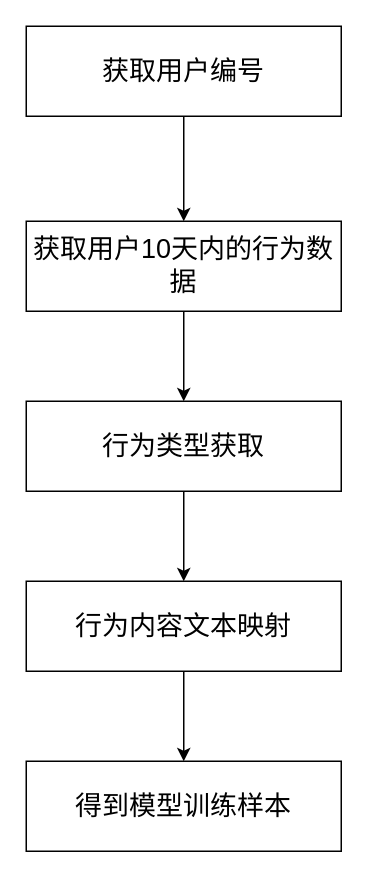
Earlier version of the draw.io diagram testDirectory/样本数据集预处理流程.drawio (Moose1273/-). Source tidied: cells renumbered, new cells numbered last; positions are measured from the earlier drawing's top-left corner, leaving out a move shared by most shapes. Both pictures are drawn from the tidied source at 150%, with x=0, y=0 at pixel (26, 26).
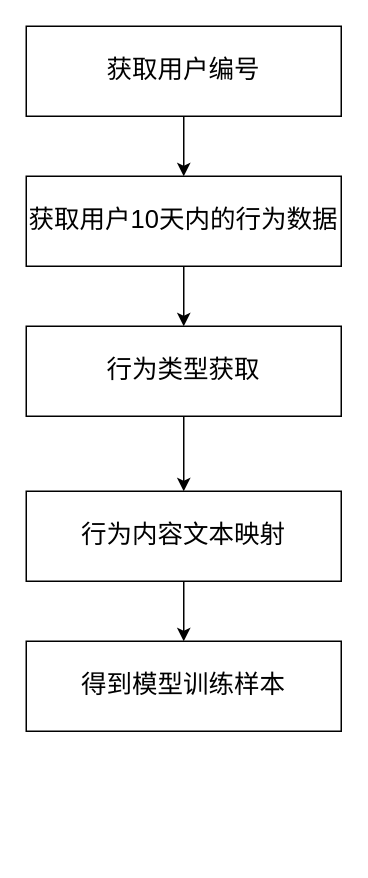
Above is the later version.

Commit message:
更新样本数据集预处理流程.drawio

Change to the diagram source:
```diff
@@
 <mxGraphModel>
   <root>
     <mxCell id="0" />
     <mxCell id="1" parent="0" />
-    <mxCell id="2" style="edgeStyle=orthogonalEdgeStyle;rounded=0;jettySize=auto;html=1;fontSize=18;" parent="1" edge="1" source="3" target="5">
+    <mxCell id="2" style="edgeStyle=orthogonalEdgeStyle;rounded=0;jettySize=auto;html=1;fontSize=17;" parent="1" edge="1" source="3" target="5">
       <mxGeometry relative="1" as="geometry" />
     </mxCell>
-    <mxCell id="3" value="获取用户编号" style="rounded=0;whiteSpace=wrap;html=1;fontSize=18;" parent="1" vertex="1">
+    <mxCell id="3" value="获取用户编号" style="rounded=0;whiteSpace=wrap;html=1;fontSize=17;" parent="1" vertex="1">
       <mxGeometry width="210" height="60" as="geometry" />
     </mxCell>
-    <mxCell id="4" style="edgeStyle=orthogonalEdgeStyle;rounded=0;jettySize=auto;html=1;fontSize=18;" parent="1" edge="1" source="5" target="7">
+    <mxCell id="4" style="edgeStyle=orthogonalEdgeStyle;rounded=0;jettySize=auto;html=1;fontSize=17;" parent="1" edge="1" source="5" target="7">
       <mxGeometry relative="1" as="geometry" />
     </mxCell>
-    <mxCell id="5" value="获取用户10天内的&lt;span style=&quot;background-color: initial;&quot;&gt;行为数据&lt;/span&gt;" style="rounded=0;whiteSpace=wrap;html=1;fontSize=18;" parent="1" vertex="1">
-      <mxGeometry y="130" width="210" height="60" as="geometry" />
+    <mxCell id="5" value="获取用户10天内的&lt;span style=&quot;background-color: initial; font-size: 17px;&quot;&gt;行为数据&lt;/span&gt;" style="rounded=0;whiteSpace=wrap;html=1;fontSize=17;" parent="1" vertex="1">
+      <mxGeometry y="100" width="210" height="60" as="geometry" />
     </mxCell>
-    <mxCell id="6" style="edgeStyle=orthogonalEdgeStyle;rounded=0;jettySize=auto;html=1;fontSize=18;" parent="1" edge="1" source="7" target="9">
+    <mxCell id="6" style="edgeStyle=orthogonalEdgeStyle;rounded=0;jettySize=auto;html=1;fontSize=17;" parent="1" edge="1" source="7" target="9">
       <mxGeometry relative="1" as="geometry" />
     </mxCell>
-    <mxCell id="7" value="行为类型获取" style="rounded=0;whiteSpace=wrap;html=1;fontSize=18;" parent="1" vertex="1">
-      <mxGeometry y="250" width="210" height="60" as="geometry" />
+    <mxCell id="7" value="行为类型获取" style="rounded=0;whiteSpace=wrap;html=1;fontSize=17;" parent="1" vertex="1">
+      <mxGeometry y="200" width="210" height="60" as="geometry" />
     </mxCell>
-    <mxCell id="8" style="edgeStyle=orthogonalEdgeStyle;rounded=0;jettySize=auto;html=1;fontSize=18;" parent="1" edge="1" source="9" target="10">
+    <mxCell id="8" style="edgeStyle=orthogonalEdgeStyle;rounded=0;jettySize=auto;html=1;fontSize=17;" parent="1" edge="1" source="9" target="10">
       <mxGeometry relative="1" as="geometry" />
     </mxCell>
-    <mxCell id="9" value="行为内容文本映射" style="rounded=0;whiteSpace=wrap;html=1;fontSize=18;" parent="1" vertex="1">
-      <mxGeometry y="370" width="210" height="60" as="geometry" />
+    <mxCell id="9" value="行为内容文本映射" style="rounded=0;whiteSpace=wrap;html=1;fontSize=17;" parent="1" vertex="1">
+      <mxGeometry y="310" width="210" height="60" as="geometry" />
     </mxCell>
-    <mxCell id="10" value="得到模型训练&lt;span style=&quot;background-color: initial;&quot;&gt;样本&lt;/span&gt;" style="rounded=0;whiteSpace=wrap;html=1;fontSize=18;" parent="1" vertex="1">
-      <mxGeometry y="490" width="210" height="60" as="geometry" />
+    <mxCell id="10" value="得到模型训练&lt;span style=&quot;background-color: initial; font-size: 17px;&quot;&gt;样本&lt;/span&gt;" style="rounded=0;whiteSpace=wrap;html=1;fontSize=17;" parent="1" vertex="1">
+      <mxGeometry y="410" width="210" height="60" as="geometry" />
     </mxCell>
   </root>
 </mxGraphModel>
```
